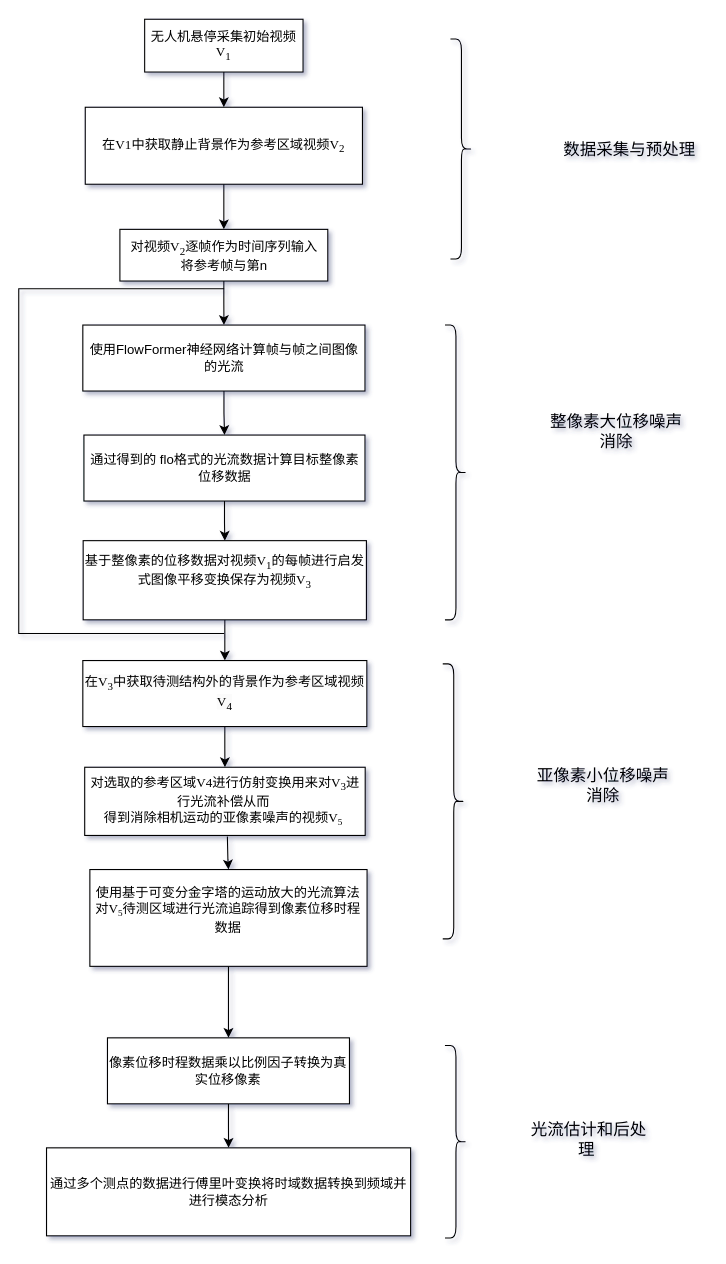
Before: page "Page-1" (1 of 3) of 专利流程图.drawio in ZWJ5656588/uml, a draw.io diagram. Source tidied: cells renumbered, new cells numbered last; positions are measured from the earlier drawing's top-left corner, leaving out a move shared by most shapes. Both pictures are drawn from the tidied source at 110%, with x=0, y=0 at pixel (-52, 19).
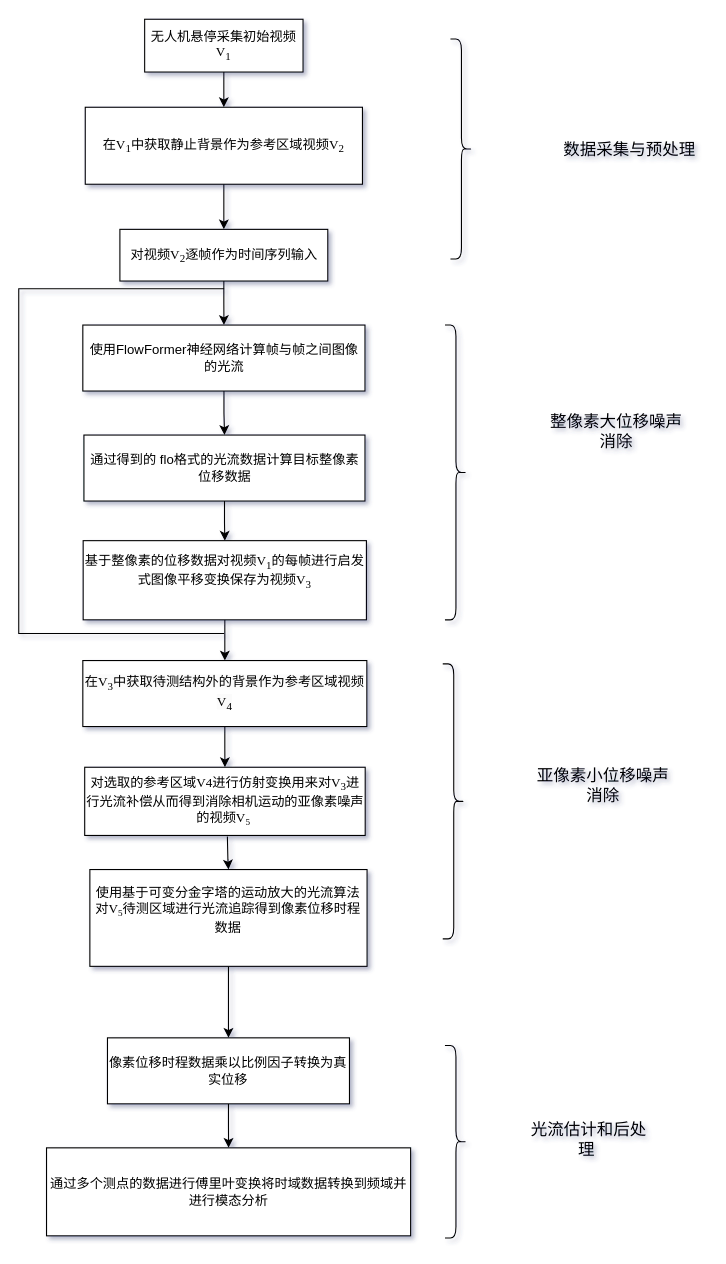
After the change.

Commit message:
Update 专利流程图.drawio

Diff of the diagram source:
```diff
@@
-    <mxCell id="6" value="&lt;font face=&quot;Times New Roman&quot;&gt;&lt;font class=&quot;__Cici__translate__ __Cici_translate_similar_text_content__&quot;&gt;&lt;font style=&quot;display: inline-block;&quot; class=&quot;__Cici_translate_translated_inject_node__&quot;&gt;在V1中获取静止背景作为参考区域视频V&lt;sub&gt;2&lt;/sub&gt;&lt;/font&gt;&lt;/font&gt;&lt;/font&gt;" style="rounded=0;whiteSpace=wrap;html=1;" parent="1" vertex="1">
+    <mxCell id="6" value="&lt;font face=&quot;Times New Roman&quot;&gt;&lt;font class=&quot;__Cici__translate__ __Cici_translate_similar_text_content__&quot;&gt;&lt;font style=&quot;display: inline-block;&quot; class=&quot;__Cici_translate_translated_inject_node__&quot;&gt;在V&lt;sub&gt;1&lt;/sub&gt;中获取静止背景作为参考区域视频V&lt;sub&gt;2&lt;/sub&gt;&lt;/font&gt;&lt;/font&gt;&lt;/font&gt;" style="rounded=0;whiteSpace=wrap;html=1;" parent="1" vertex="1">
       <mxGeometry x="124" y="80" width="252" height="70" as="geometry" />
     </mxCell>
@@
-    <mxCell id="8" value="&lt;font face=&quot;Times New Roman&quot;&gt;对视频V&lt;sub&gt;2&lt;/sub&gt;逐帧作为时间序列输入&lt;/font&gt;&lt;font class=&quot;__Cici__translate__ __Cici_translate_similar_text_content__&quot;&gt;&lt;font style=&quot;display: none;&quot; class=&quot;__Cici_translate_origin_node__&quot;&gt;将参考帧与第n&lt;/font&gt;&lt;font style=&quot;display: inline-block;&quot; class=&quot;__Cici_translate_translated_inject_node__&quot;&gt;&lt;span&gt;将参考帧与第n&lt;/span&gt;&lt;/font&gt;&lt;/font&gt;" style="rounded=0;whiteSpace=wrap;html=1;" parent="1" vertex="1">
+    <mxCell id="8" value="&lt;font face=&quot;Times New Roman&quot;&gt;对视频V&lt;sub&gt;2&lt;/sub&gt;逐帧作为时间序列输入&lt;/font&gt;" style="rounded=0;whiteSpace=wrap;html=1;" parent="1" vertex="1">
       <mxGeometry x="155.5" y="191" width="189" height="47" as="geometry" />
     </mxCell>
@@
-    <mxCell id="21" value="像素位移时程数据乘以比例因子转换为真实位移&lt;font class=&quot;__Cici__translate__ __Cici_translate_similar_text_content__&quot;&gt;&lt;font style=&quot;display: none;&quot; class=&quot;__Cici_translate_origin_node__&quot;&gt;像素&lt;/font&gt;&lt;font style=&quot;display: inline-block;&quot; class=&quot;__Cici_translate_translated_inject_node__&quot;&gt;&lt;span&gt;像素&lt;/span&gt;&lt;/font&gt;&lt;/font&gt;" style="rounded=0;whiteSpace=wrap;html=1;" parent="1" vertex="1">
+    <mxCell id="21" value="像素位移时程数据乘以比例因子转换为真实位移" style="rounded=0;whiteSpace=wrap;html=1;" parent="1" vertex="1">
       <mxGeometry x="144.2" y="926" width="220" height="60" as="geometry" />
     </mxCell>
@@
-    <mxCell id="31" value="&lt;div style=&quot;&quot;&gt;&lt;span style=&quot;font-family: &amp;quot;Times New Roman&amp;quot;; background-color: initial;&quot;&gt;对选取的参考区域V4进行仿射变换用来对V&lt;/span&gt;&lt;sub style=&quot;font-family: &amp;quot;Times New Roman&amp;quot;; background-color: initial;&quot;&gt;3&lt;/sub&gt;&lt;span style=&quot;font-family: &amp;quot;Times New Roman&amp;quot;; background-color: initial;&quot;&gt;进行光流补偿从而&lt;/span&gt;&lt;font style=&quot;font-family: &amp;quot;Times New Roman&amp;quot;; background-color: initial;&quot; class=&quot;__Cici__translate__ __Cici_translate_similar_text_content__&quot;&gt;&amp;nbsp;&lt;/font&gt;&lt;/div&gt;&lt;div style=&quot;&quot;&gt;&lt;font face=&quot;cYyLVqvPSQjDSF9pOBt-&quot;&gt;得到消除相机运动的亚像素噪声的视频&lt;/font&gt;&lt;font face=&quot;Times New Roman&quot;&gt;V&lt;span style=&quot;font-size: 10px;&quot;&gt;&lt;sub&gt;5&lt;/sub&gt;&lt;/span&gt;&lt;/font&gt;&lt;font class=&quot;__Cici__translate__ __Cici_translate_similar_text_content__&quot;&gt;&amp;nbsp;&lt;/font&gt;&lt;/div&gt;" style="rounded=0;whiteSpace=wrap;html=1;align=center;" parent="1" vertex="1">
+    <mxCell id="31" value="&lt;div style=&quot;&quot;&gt;&lt;span style=&quot;font-family: &amp;quot;Times New Roman&amp;quot;; background-color: initial;&quot;&gt;对选取的参考区域V4进行仿射变换用来对V&lt;/span&gt;&lt;sub style=&quot;font-family: &amp;quot;Times New Roman&amp;quot;; background-color: initial;&quot;&gt;3&lt;/sub&gt;&lt;span style=&quot;font-family: &amp;quot;Times New Roman&amp;quot;; background-color: initial;&quot;&gt;进行光流补偿从而&lt;/span&gt;&lt;font style=&quot;background-color: initial;&quot; face=&quot;cYyLVqvPSQjDSF9pOBt-&quot;&gt;得到消除相机运动的亚像素噪声的视频&lt;/font&gt;&lt;font style=&quot;background-color: initial;&quot; face=&quot;Times New Roman&quot;&gt;V&lt;span style=&quot;font-size: 10px;&quot;&gt;&lt;sub&gt;5&lt;/sub&gt;&lt;/span&gt;&lt;/font&gt;&lt;font style=&quot;background-color: initial;&quot; class=&quot;__Cici__translate__ __Cici_translate_similar_text_content__&quot;&gt;&amp;nbsp;&lt;/font&gt;&lt;/div&gt;" style="rounded=0;whiteSpace=wrap;html=1;align=center;" parent="1" vertex="1">
       <mxGeometry x="123.5" y="680" width="255" height="62" as="geometry" />
     </mxCell>
```
